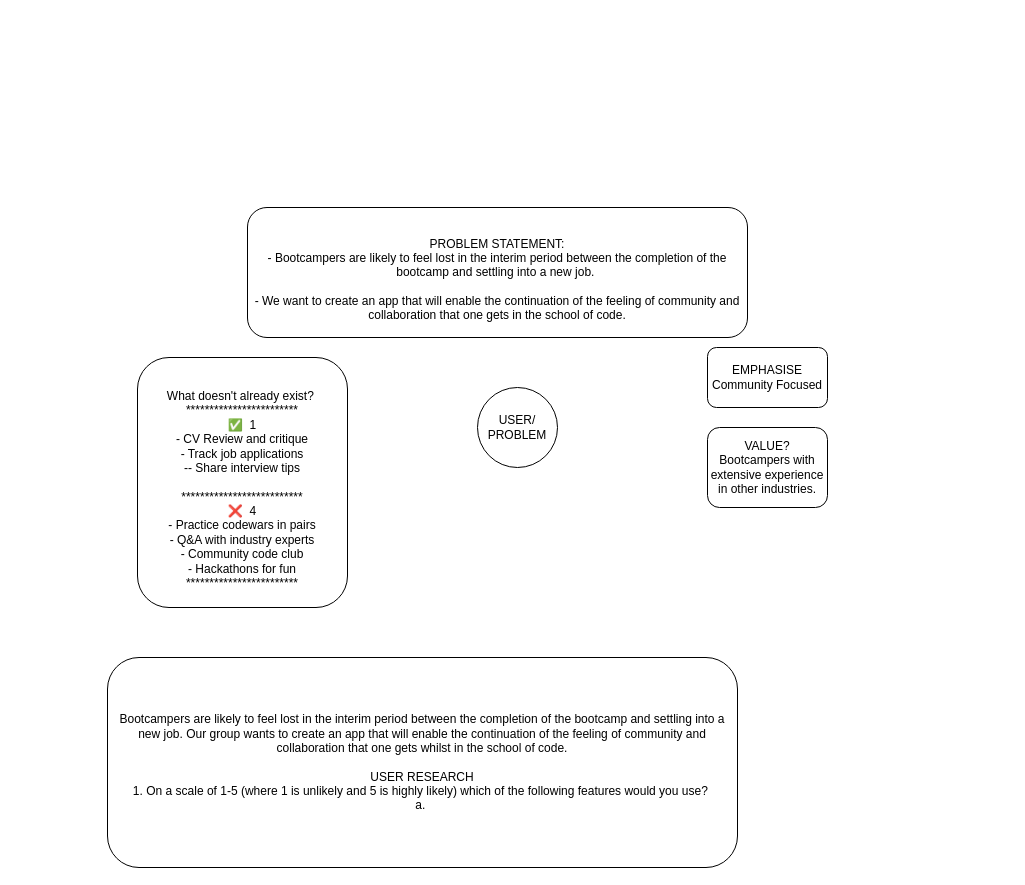
Lindris/final-project-repo-hugs-for-bugs keeps this draw.io diagram as plan.drawio. Above is the earlier version. Source tidied: cells renumbered, new cells numbered last; positions are measured from the earlier drawing's top-left corner, leaving out a move shared by most shapes. Both pictures are drawn from the tidied source at 100%, with x=0, y=0 at pixel (107, 207).
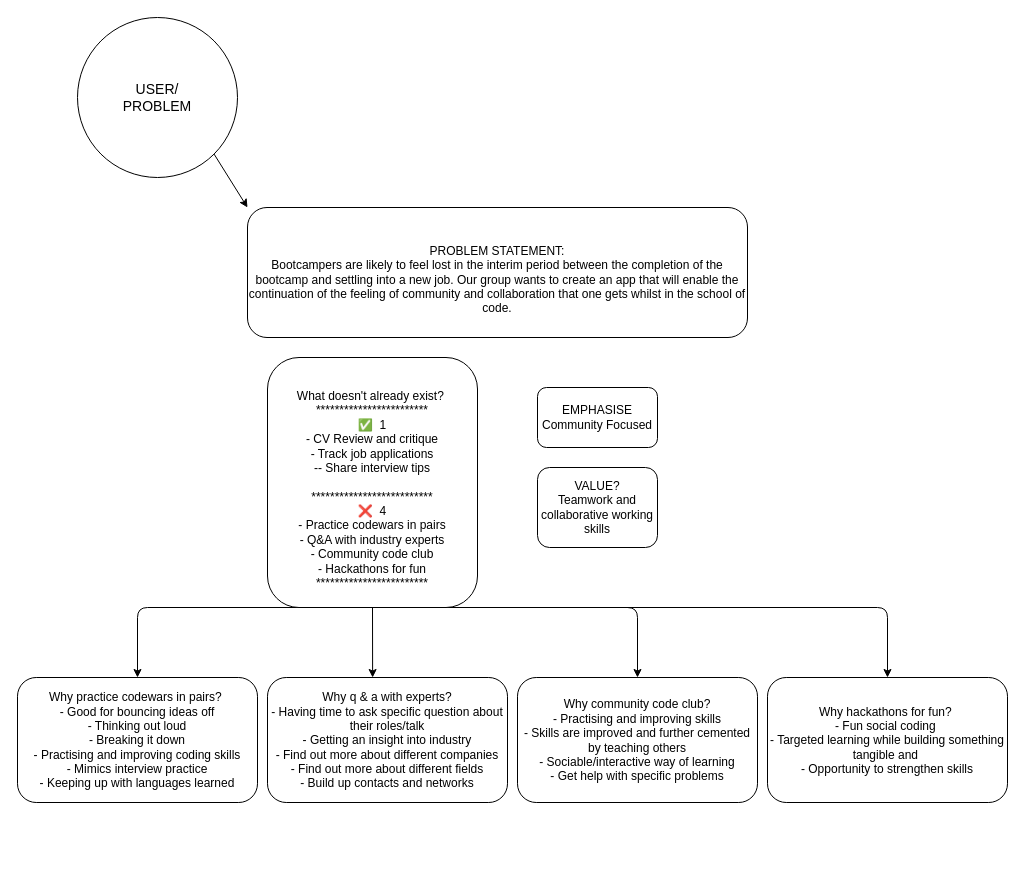
Above is the later version.

Diff of the diagram source:
```diff
@@
 <mxGraphModel>
   <root>
     <mxCell id="0" />
     <mxCell id="1" parent="0" />
+    <mxCell id="8" style="edgeStyle=none;html=1;exitX=1;exitY=1;exitDx=0;exitDy=0;entryX=0;entryY=0;entryDx=0;entryDy=0;fontSize=14;" parent="1" edge="1" source="2" target="6">
+      <mxGeometry relative="1" as="geometry" />
+    </mxCell>
-    <mxCell id="2" value="USER/&lt;br&gt;PROBLEM" style="ellipse;whiteSpace=wrap;html=1;" parent="1" vertex="1">
-      <mxGeometry x="370" y="180" width="80" height="80" as="geometry" />
+    <mxCell id="2" value="&lt;font style=&quot;font-size: 14px&quot;&gt;USER/&lt;br&gt;PROBLEM&lt;/font&gt;" style="ellipse;whiteSpace=wrap;html=1;" parent="1" vertex="1">
+      <mxGeometry x="-30" y="-190" width="160" height="160" as="geometry" />
     </mxCell>
+    <mxCell id="9" style="edgeStyle=none;html=1;exitX=0.75;exitY=1;exitDx=0;exitDy=0;entryX=0.5;entryY=0;entryDx=0;entryDy=0;fontSize=14;" parent="1" edge="1" source="3" target="16">
+      <mxGeometry relative="1" as="geometry">
+        <Array as="points">
+          <mxPoint x="780" y="400" />
+        </Array>
+      </mxGeometry>
+    </mxCell>
+    <mxCell id="10" style="edgeStyle=none;html=1;exitX=0.5;exitY=1;exitDx=0;exitDy=0;entryX=0.438;entryY=0;entryDx=0;entryDy=0;entryPerimeter=0;fontSize=14;" parent="1" edge="1" source="3" target="14">
+      <mxGeometry relative="1" as="geometry" />
+    </mxCell>
+    <mxCell id="11" style="edgeStyle=none;html=1;exitX=0.75;exitY=1;exitDx=0;exitDy=0;entryX=0.5;entryY=0;entryDx=0;entryDy=0;fontSize=14;" parent="1" edge="1" source="3" target="15">
+      <mxGeometry relative="1" as="geometry">
+        <Array as="points">
+          <mxPoint x="530" y="400" />
+        </Array>
+      </mxGeometry>
+    </mxCell>
+    <mxCell id="12" style="edgeStyle=none;html=1;exitX=0.25;exitY=1;exitDx=0;exitDy=0;entryX=0.5;entryY=0;entryDx=0;entryDy=0;fontSize=14;" parent="1" edge="1" source="3" target="13">
+      <mxGeometry relative="1" as="geometry">
+        <Array as="points">
+          <mxPoint x="30" y="400" />
+        </Array>
+      </mxGeometry>
+    </mxCell>
     <mxCell id="3" value="&lt;br&gt;What doesn't already exist?&amp;nbsp;&lt;br&gt;************************&lt;br&gt;✅&amp;nbsp; 1&lt;br&gt;- CV Review and critique&lt;br&gt;- Track job applications&lt;br&gt;-- Share interview tips&lt;br&gt;&lt;br&gt;**************************&lt;br&gt;❌&amp;nbsp; 4&lt;br&gt;- Practice codewars in pairs&lt;br&gt;- Q&amp;amp;A with industry experts&lt;br&gt;- Community code club&lt;br&gt;- Hackathons for fun&lt;br&gt;************************" style="rounded=1;whiteSpace=wrap;html=1;" parent="1" vertex="1">
-      <mxGeometry x="30" y="150" width="210" height="250" as="geometry" />
+      <mxGeometry x="160" y="150" width="210" height="250" as="geometry" />
     </mxCell>
     <mxCell id="4" value="EMPHASISE&lt;br&gt;Community Focused" style="rounded=1;whiteSpace=wrap;html=1;" parent="1" vertex="1">
-      <mxGeometry x="600" y="140" width="120" height="60" as="geometry" />
+      <mxGeometry x="430" y="180" width="120" height="60" as="geometry" />
     </mxCell>
-    <mxCell id="5" value="VALUE?&lt;br&gt;Bootcampers with extensive experience in other industries.&lt;br&gt;" style="rounded=1;whiteSpace=wrap;html=1;" parent="1" vertex="1">
-      <mxGeometry x="600" y="220" width="120" height="80" as="geometry" />
+    <mxCell id="5" value="VALUE?&lt;br&gt;Teamwork and collaborative working skills" style="rounded=1;whiteSpace=wrap;html=1;" parent="1" vertex="1">
+      <mxGeometry x="430" y="260" width="120" height="80" as="geometry" />
     </mxCell>
-    <mxCell id="6" value="&lt;br&gt;&lt;span&gt;PROBLEM STATEMENT:&lt;/span&gt;&lt;br&gt;&lt;span&gt;- Bootcampers are likely to feel lost in the interim period between the completion of the bootcamp and settling into a new job.&amp;nbsp;&lt;br&gt;&lt;br&gt;- We want to create an app that will enable the continuation of the feeling of community and collaboration that one gets in the school of code.&lt;br&gt;&lt;/span&gt;" style="rounded=1;whiteSpace=wrap;html=1;" parent="1" vertex="1">
+    <mxCell id="6" value="&lt;br&gt;&lt;span&gt;PROBLEM STATEMENT:&lt;/span&gt;&lt;br&gt;Bootcampers are likely to feel lost in the interim period between the completion of the bootcamp and settling into a new job. Our group wants to create an app that will enable the continuation of the feeling of community and collaboration that one gets whilst in the school of code." style="rounded=1;whiteSpace=wrap;html=1;" parent="1" vertex="1">
       <mxGeometry x="140" width="500" height="130" as="geometry" />
     </mxCell>
-    <mxCell id="7" value="Bootcampers are likely to feel lost in the interim period between the completion of the bootcamp and settling into a new job. Our group wants to create an app that will enable the continuation of the feeling of community and collaboration that one gets whilst in the school of code.&lt;br&gt;&lt;br&gt;USER RESEARCH&lt;br&gt;1. On a scale of 1-5 (where 1 is unlikely and 5 is highly likely) which of the following features would you use?&amp;nbsp;&lt;br&gt;a.&amp;nbsp;" style="rounded=1;whiteSpace=wrap;html=1;" parent="1" vertex="1">
-      <mxGeometry y="450" width="630" height="210" as="geometry" />
-    </mxCell>
+    <mxCell id="13" value="Why practice codewars in pairs?&amp;nbsp;&lt;br&gt;- Good for bouncing ideas off&lt;br&gt;- Thinking out loud&lt;br&gt;- Breaking it down&lt;br&gt;- Practising and improving coding skills&lt;br&gt;- Mimics interview practice&lt;br&gt;- Keeping up with languages learned" style="rounded=1;whiteSpace=wrap;html=1;" parent="1" vertex="1">
+      <mxGeometry x="-90" y="470" width="240" height="125" as="geometry" />
+    </mxCell>
+    <mxCell id="14" value="Why q &amp;amp; a with experts?&lt;br&gt;- Having time to ask specific question about their roles/talk&lt;br&gt;- Getting an insight into industry&lt;br&gt;- Find out more about different companies&lt;br&gt;- Find out more about different fields&lt;br&gt;- Build up contacts and networks" style="rounded=1;whiteSpace=wrap;html=1;" parent="1" vertex="1">
+      <mxGeometry x="160" y="470" width="240" height="125" as="geometry" />
+    </mxCell>
+    <mxCell id="15" value="Why community code club?&lt;br&gt;- Practising and improving skills&lt;br&gt;- Skills are improved and further cemented by teaching others&lt;br&gt;- Sociable/interactive way of learning&lt;br&gt;- Get help with specific problems" style="rounded=1;whiteSpace=wrap;html=1;" parent="1" vertex="1">
+      <mxGeometry x="410" y="470" width="240" height="125" as="geometry" />
+    </mxCell>
+    <mxCell id="16" value="Why hackathons for fun?&amp;nbsp;&lt;br&gt;- Fun social coding&amp;nbsp;&lt;br&gt;- Targeted learning while building something tangible and&amp;nbsp;&lt;br&gt;- Opportunity to strengthen skills" style="rounded=1;whiteSpace=wrap;html=1;" parent="1" vertex="1">
+      <mxGeometry x="660" y="470" width="240" height="125" as="geometry" />
+    </mxCell>
   </root>
 </mxGraphModel>
```
